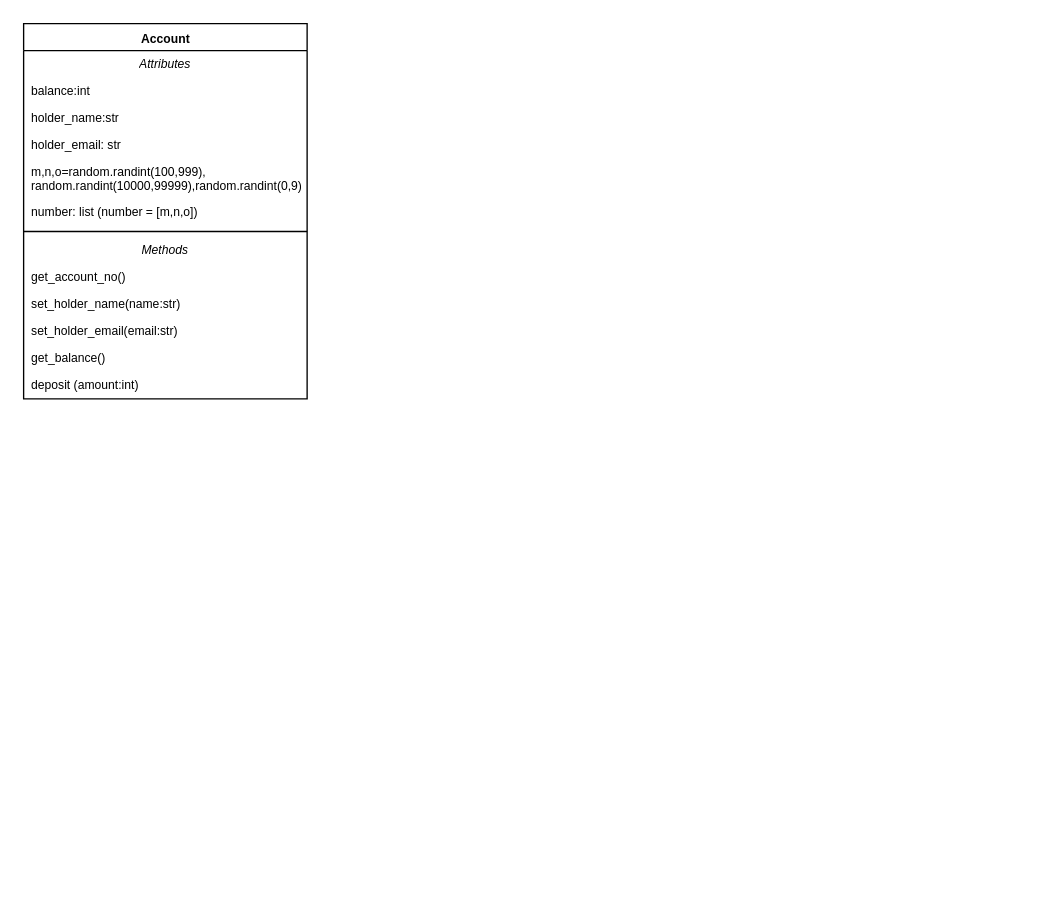
Above: page "q35" (3 of 3) of Quizzes/Untitled Diagram.drawio in zelaneroz/unit-3 (draw.io), before the change. Source tidied: cells renumbered, new cells numbered last; positions are measured from the earlier drawing's top-left corner, leaving out a move shared by most shapes. Both pictures are drawn from the tidied source at 135%, with x=0, y=0 at pixel (23, 23).
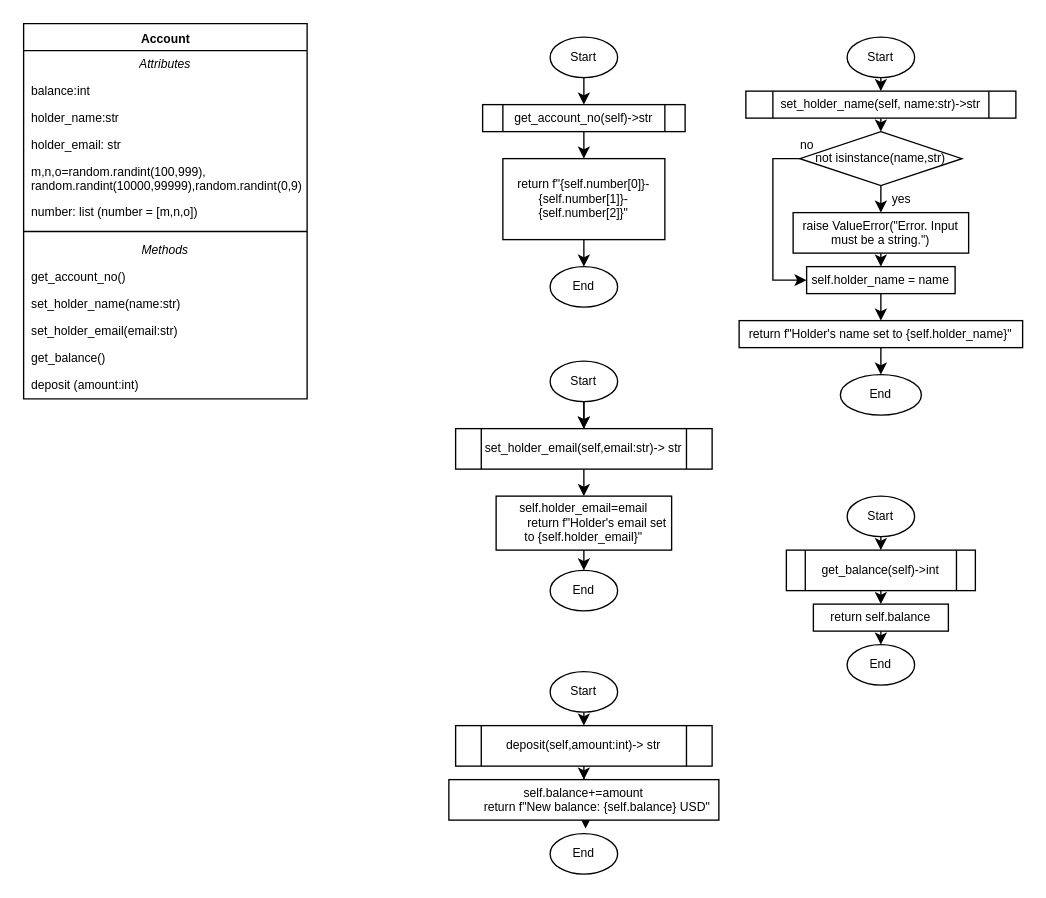
The same diagram, later.

Change to the diagram source:
```diff
@@
+    <mxCell id="16" style="edgeStyle=orthogonalEdgeStyle;rounded=0;jettySize=auto;html=1;exitX=0.5;exitY=1;exitDx=0;exitDy=0;entryX=0.5;entryY=0;entryDx=0;entryDy=0;fontSize=9;" parent="1" edge="1" source="17" target="21">
+      <mxGeometry relative="1" as="geometry" />
+    </mxCell>
+    <mxCell id="17" value="get_account_no(self)-&amp;gt;str" style="shape=process;whiteSpace=wrap;html=1;backgroundOutline=1;fontSize=9;" parent="1" vertex="1">
+      <mxGeometry x="340" y="60" width="150" height="20" as="geometry" />
+    </mxCell>
+    <mxCell id="18" style="edgeStyle=orthogonalEdgeStyle;rounded=0;jettySize=auto;html=1;exitX=0.5;exitY=1;exitDx=0;exitDy=0;entryX=0.5;entryY=0;entryDx=0;entryDy=0;fontSize=9;" parent="1" edge="1" source="19" target="17">
+      <mxGeometry relative="1" as="geometry" />
+    </mxCell>
+    <mxCell id="19" value="Start" style="ellipse;whiteSpace=wrap;html=1;fontSize=9;" parent="1" vertex="1">
+      <mxGeometry x="390" y="10" width="50" height="30" as="geometry" />
+    </mxCell>
+    <mxCell id="20" style="edgeStyle=orthogonalEdgeStyle;rounded=0;jettySize=auto;html=1;exitX=0.5;exitY=1;exitDx=0;exitDy=0;entryX=0.5;entryY=0;entryDx=0;entryDy=0;fontSize=9;" parent="1" edge="1" source="21" target="22">
+      <mxGeometry relative="1" as="geometry" />
+    </mxCell>
+    <mxCell id="21" value="return f&quot;{self.number[0]}-{self.number[1]}-{self.number[2]}&quot;" style="rounded=0;whiteSpace=wrap;html=1;fontSize=9;" parent="1" vertex="1">
+      <mxGeometry x="355" y="100" width="120" height="60" as="geometry" />
+    </mxCell>
+    <mxCell id="22" value="End" style="ellipse;whiteSpace=wrap;html=1;fontSize=9;" parent="1" vertex="1">
+      <mxGeometry x="390" y="180" width="50" height="30" as="geometry" />
+    </mxCell>
+    <mxCell id="23" style="edgeStyle=orthogonalEdgeStyle;rounded=0;jettySize=auto;html=1;exitX=0.5;exitY=1;exitDx=0;exitDy=0;entryX=0.5;entryY=0;entryDx=0;entryDy=0;fontSize=9;" parent="1" edge="1" source="24" target="26">
+      <mxGeometry relative="1" as="geometry" />
+    </mxCell>
+    <mxCell id="24" value="Start" style="ellipse;whiteSpace=wrap;html=1;fontSize=9;" parent="1" vertex="1">
+      <mxGeometry x="610" y="10" width="50" height="30" as="geometry" />
+    </mxCell>
+    <mxCell id="25" style="edgeStyle=orthogonalEdgeStyle;rounded=0;jettySize=auto;html=1;exitX=0.5;exitY=1;exitDx=0;exitDy=0;entryX=0.5;entryY=0;entryDx=0;entryDy=0;fontSize=9;" parent="1" edge="1" source="26" target="29">
+      <mxGeometry relative="1" as="geometry" />
+    </mxCell>
+    <mxCell id="26" value="set_holder_name(self, name:str)-&amp;gt;str" style="shape=process;whiteSpace=wrap;html=1;backgroundOutline=1;fontSize=9;" parent="1" vertex="1">
+      <mxGeometry x="535" y="50" width="200" height="20" as="geometry" />
+    </mxCell>
+    <mxCell id="27" style="edgeStyle=orthogonalEdgeStyle;rounded=0;jettySize=auto;html=1;exitX=0.5;exitY=1;exitDx=0;exitDy=0;entryX=0.5;entryY=0;entryDx=0;entryDy=0;fontSize=9;" parent="1" edge="1" source="29" target="31">
+      <mxGeometry relative="1" as="geometry" />
+    </mxCell>
+    <mxCell id="28" style="edgeStyle=orthogonalEdgeStyle;rounded=0;jettySize=auto;html=1;exitX=0;exitY=0.5;exitDx=0;exitDy=0;entryX=0;entryY=0.5;entryDx=0;entryDy=0;fontSize=9;" parent="1" edge="1" source="29" target="34">
+      <mxGeometry relative="1" as="geometry" />
+    </mxCell>
+    <mxCell id="29" value="not isinstance(name,str)" style="rhombus;whiteSpace=wrap;html=1;fontSize=9;" parent="1" vertex="1">
+      <mxGeometry x="575" y="80" width="120" height="40" as="geometry" />
+    </mxCell>
+    <mxCell id="30" style="edgeStyle=orthogonalEdgeStyle;rounded=0;jettySize=auto;html=1;exitX=0.5;exitY=1;exitDx=0;exitDy=0;entryX=0.5;entryY=0;entryDx=0;entryDy=0;fontSize=9;" parent="1" edge="1" source="31" target="34">
+      <mxGeometry relative="1" as="geometry" />
+    </mxCell>
+    <mxCell id="31" value="raise ValueError(&quot;Error. Input must be a string.&quot;)" style="rounded=0;whiteSpace=wrap;html=1;fontSize=9;" parent="1" vertex="1">
+      <mxGeometry x="570" y="140" width="130" height="30" as="geometry" />
+    </mxCell>
+    <mxCell id="32" value="yes" style="text;html=1;align=center;verticalAlign=middle;strokeColor=none;fillColor=none;fontSize=9;" parent="1" vertex="1">
+      <mxGeometry x="630" y="120" width="40" height="20" as="geometry" />
+    </mxCell>
+    <mxCell id="33" style="edgeStyle=orthogonalEdgeStyle;rounded=0;jettySize=auto;html=1;exitX=0.5;exitY=1;exitDx=0;exitDy=0;entryX=0.5;entryY=0;entryDx=0;entryDy=0;fontSize=9;" parent="1" edge="1" source="34" target="37">
+      <mxGeometry relative="1" as="geometry" />
+    </mxCell>
+    <mxCell id="34" value="self.holder_name = name" style="rounded=0;whiteSpace=wrap;html=1;fontSize=9;" parent="1" vertex="1">
+      <mxGeometry x="580" y="180" width="110" height="20" as="geometry" />
+    </mxCell>
+    <mxCell id="35" value="no" style="text;html=1;align=center;verticalAlign=middle;strokeColor=none;fillColor=none;fontSize=9;" parent="1" vertex="1">
+      <mxGeometry x="565" y="80" width="30" height="20" as="geometry" />
+    </mxCell>
+    <mxCell id="36" style="edgeStyle=orthogonalEdgeStyle;rounded=0;jettySize=auto;html=1;exitX=0.5;exitY=1;exitDx=0;exitDy=0;entryX=0.5;entryY=0;entryDx=0;entryDy=0;fontSize=9;" parent="1" edge="1" source="37" target="38">
+      <mxGeometry relative="1" as="geometry" />
+    </mxCell>
+    <mxCell id="37" value="return f&quot;Holder's name set to {self.holder_name}&quot;" style="rounded=0;whiteSpace=wrap;html=1;fontSize=9;" parent="1" vertex="1">
+      <mxGeometry x="530" y="220" width="210" height="20" as="geometry" />
+    </mxCell>
+    <mxCell id="38" value="End" style="ellipse;whiteSpace=wrap;html=1;fontSize=9;" parent="1" vertex="1">
+      <mxGeometry x="605" y="260" width="60" height="30" as="geometry" />
+    </mxCell>
+    <mxCell id="39" style="edgeStyle=orthogonalEdgeStyle;rounded=0;jettySize=auto;html=1;exitX=0.5;exitY=1;exitDx=0;exitDy=0;entryX=0.5;entryY=0;entryDx=0;entryDy=0;fontSize=9;" parent="1" edge="1" source="41" target="43">
+      <mxGeometry relative="1" as="geometry" />
+    </mxCell>
+    <mxCell id="40" style="edgeStyle=orthogonalEdgeStyle;rounded=0;jettySize=auto;html=1;fontSize=9;" parent="1" edge="1" source="41" target="43">
+      <mxGeometry relative="1" as="geometry" />
+    </mxCell>
+    <mxCell id="41" value="Start" style="ellipse;whiteSpace=wrap;html=1;fontSize=9;" parent="1" vertex="1">
+      <mxGeometry x="390" y="250" width="50" height="30" as="geometry" />
+    </mxCell>
+    <mxCell id="42" style="edgeStyle=orthogonalEdgeStyle;rounded=0;jettySize=auto;html=1;exitX=0.5;exitY=1;exitDx=0;exitDy=0;entryX=0.5;entryY=0;entryDx=0;entryDy=0;fontSize=9;" parent="1" edge="1" source="43" target="45">
+      <mxGeometry relative="1" as="geometry" />
+    </mxCell>
+    <mxCell id="43" value="set_holder_email(self,email:str)-&amp;gt; str" style="shape=process;whiteSpace=wrap;html=1;backgroundOutline=1;fontSize=9;" parent="1" vertex="1">
+      <mxGeometry x="320" y="300" width="190" height="30" as="geometry" />
+    </mxCell>
+    <mxCell id="44" style="edgeStyle=orthogonalEdgeStyle;rounded=0;jettySize=auto;html=1;exitX=0.5;exitY=1;exitDx=0;exitDy=0;entryX=0.5;entryY=0;entryDx=0;entryDy=0;fontSize=9;" parent="1" edge="1" source="45" target="46">
+      <mxGeometry relative="1" as="geometry" />
+    </mxCell>
+    <mxCell id="45" value="&lt;div&gt;self.holder_email=email&lt;/div&gt;&lt;div&gt;&amp;nbsp; &amp;nbsp; &amp;nbsp; &amp;nbsp; return f&quot;Holder's email set to {self.holder_email}&quot;&lt;/div&gt;" style="rounded=0;whiteSpace=wrap;html=1;fontSize=9;" parent="1" vertex="1">
+      <mxGeometry x="350" y="350" width="130" height="40" as="geometry" />
+    </mxCell>
+    <mxCell id="46" value="End" style="ellipse;whiteSpace=wrap;html=1;fontSize=9;" parent="1" vertex="1">
+      <mxGeometry x="390" y="405" width="50" height="30" as="geometry" />
+    </mxCell>
+    <mxCell id="47" style="edgeStyle=orthogonalEdgeStyle;rounded=0;jettySize=auto;html=1;exitX=0.5;exitY=1;exitDx=0;exitDy=0;entryX=0.5;entryY=0;entryDx=0;entryDy=0;fontSize=9;" parent="1" edge="1" source="48" target="50">
+      <mxGeometry relative="1" as="geometry" />
+    </mxCell>
+    <mxCell id="48" value="Start" style="ellipse;whiteSpace=wrap;html=1;fontSize=9;" parent="1" vertex="1">
+      <mxGeometry x="610" y="350" width="50" height="30" as="geometry" />
+    </mxCell>
+    <mxCell id="49" style="edgeStyle=orthogonalEdgeStyle;rounded=0;jettySize=auto;html=1;exitX=0.5;exitY=1;exitDx=0;exitDy=0;entryX=0.5;entryY=0;entryDx=0;entryDy=0;fontSize=9;" parent="1" edge="1" source="50" target="52">
+      <mxGeometry relative="1" as="geometry" />
+    </mxCell>
+    <mxCell id="50" value="get_balance(self)-&amp;gt;int" style="shape=process;whiteSpace=wrap;html=1;backgroundOutline=1;fontSize=9;" parent="1" vertex="1">
+      <mxGeometry x="565" y="390" width="140" height="30" as="geometry" />
+    </mxCell>
+    <mxCell id="51" style="edgeStyle=orthogonalEdgeStyle;rounded=0;jettySize=auto;html=1;exitX=0.5;exitY=1;exitDx=0;exitDy=0;entryX=0.5;entryY=0;entryDx=0;entryDy=0;fontSize=9;" parent="1" edge="1" source="52" target="53">
+      <mxGeometry relative="1" as="geometry" />
+    </mxCell>
+    <mxCell id="52" value="return self.balance" style="rounded=0;whiteSpace=wrap;html=1;fontSize=9;" parent="1" vertex="1">
+      <mxGeometry x="585" y="430" width="100" height="20" as="geometry" />
+    </mxCell>
+    <mxCell id="53" value="End" style="ellipse;whiteSpace=wrap;html=1;fontSize=9;" parent="1" vertex="1">
+      <mxGeometry x="610" y="460" width="50" height="30" as="geometry" />
+    </mxCell>
+    <mxCell id="54" style="edgeStyle=orthogonalEdgeStyle;rounded=0;jettySize=auto;html=1;exitX=0.5;exitY=1;exitDx=0;exitDy=0;entryX=0.5;entryY=0;entryDx=0;entryDy=0;fontSize=9;" parent="1" edge="1" source="55" target="58">
+      <mxGeometry relative="1" as="geometry" />
+    </mxCell>
+    <mxCell id="55" value="Start" style="ellipse;whiteSpace=wrap;html=1;fontSize=9;" parent="1" vertex="1">
+      <mxGeometry x="390" y="480" width="50" height="30" as="geometry" />
+    </mxCell>
+    <mxCell id="56" value="End" style="ellipse;whiteSpace=wrap;html=1;fontSize=9;" parent="1" vertex="1">
+      <mxGeometry x="390" y="600" width="50" height="30" as="geometry" />
+    </mxCell>
+    <mxCell id="57" style="edgeStyle=orthogonalEdgeStyle;rounded=0;jettySize=auto;html=1;exitX=0.5;exitY=1;exitDx=0;exitDy=0;fontSize=9;" parent="1" edge="1" source="58" target="60">
+      <mxGeometry relative="1" as="geometry" />
+    </mxCell>
+    <mxCell id="58" value="deposit(self,amount:int)-&amp;gt; str" style="shape=process;whiteSpace=wrap;html=1;backgroundOutline=1;fontSize=9;" parent="1" vertex="1">
+      <mxGeometry x="320" y="520" width="190" height="30" as="geometry" />
+    </mxCell>
+    <mxCell id="59" style="edgeStyle=orthogonalEdgeStyle;rounded=0;jettySize=auto;html=1;exitX=0.5;exitY=1;exitDx=0;exitDy=0;entryX=0.526;entryY=-0.124;entryDx=0;entryDy=0;entryPerimeter=0;fontSize=9;" parent="1" edge="1" source="60" target="56">
+      <mxGeometry relative="1" as="geometry" />
+    </mxCell>
+    <mxCell id="60" value="&lt;div&gt;self.balance+=amount&lt;/div&gt;&lt;div&gt;&amp;nbsp; &amp;nbsp; &amp;nbsp; &amp;nbsp; return f&quot;New balance: {self.balance} USD&quot;&lt;/div&gt;" style="rounded=0;whiteSpace=wrap;html=1;fontSize=9;" parent="1" vertex="1">
+      <mxGeometry x="315" y="560" width="200" height="30" as="geometry" />
+    </mxCell>
```
